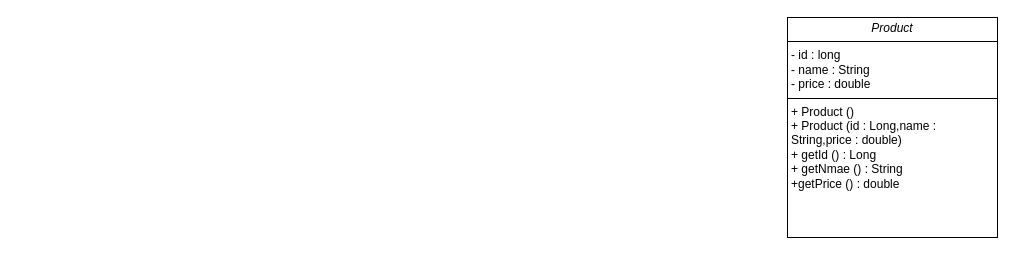
Above: docs/uml/Product.drawio in senuri-k/TUTORIAL1 (draw.io), before the change. Source tidied: cells renumbered, new cells numbered last; positions are measured from the earlier drawing's top-left corner, leaving out a move shared by most shapes. Both pictures are drawn from the tidied source at 100%, with x=0, y=0 at pixel (787, 17).
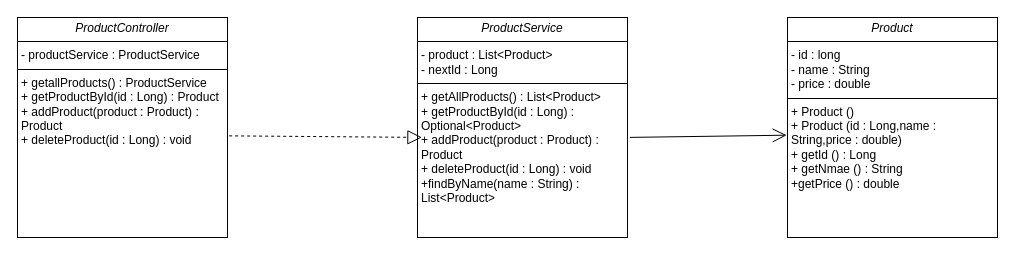
Above is the later version.

Commit message (it also covers changes not shown here):
Tutorial 3: ProductService with List

Diff of the diagram source:
```diff
@@
 <mxGraphModel>
   <root>
     <mxCell id="0" />
     <mxCell id="1" parent="0" />
     <mxCell id="2" value="&lt;p style=&quot;margin:0px;margin-top:4px;text-align:center;&quot;&gt;&lt;i&gt;Product&lt;/i&gt;&lt;/p&gt;&lt;hr size=&quot;1&quot; style=&quot;border-style:solid;&quot;&gt;&lt;p style=&quot;margin:0px;margin-left:4px;&quot;&gt;- id : long&lt;br&gt;- name : String&lt;/p&gt;&lt;p style=&quot;margin:0px;margin-left:4px;&quot;&gt;- price : double&lt;/p&gt;&lt;hr size=&quot;1&quot; style=&quot;border-style:solid;&quot;&gt;&lt;p style=&quot;margin:0px;margin-left:4px;&quot;&gt;+ Product ()&lt;br&gt;+ Product (id : Long,name : String,price : double)&lt;/p&gt;&lt;p style=&quot;margin:0px;margin-left:4px;&quot;&gt;+ getId () : Long&lt;/p&gt;&lt;p style=&quot;margin:0px;margin-left:4px;&quot;&gt;+ getNmae () : String&lt;/p&gt;&lt;p style=&quot;margin:0px;margin-left:4px;&quot;&gt;+getPrice () : double&lt;/p&gt;&lt;p style=&quot;margin:0px;margin-left:4px;&quot;&gt;&lt;br&gt;&lt;/p&gt;" style="verticalAlign=top;align=left;overflow=fill;html=1;whiteSpace=wrap;" parent="1" vertex="1">
       <mxGeometry width="210" height="220" as="geometry" />
     </mxCell>
+    <mxCell id="3" value="&lt;p style=&quot;margin:0px;margin-top:4px;text-align:center;&quot;&gt;&lt;i&gt;ProductService&lt;/i&gt;&lt;/p&gt;&lt;hr size=&quot;1&quot; style=&quot;border-style:solid;&quot;&gt;&lt;p style=&quot;margin:0px;margin-left:4px;&quot;&gt;- product : List&amp;lt;Product&amp;gt;&lt;br&gt;- nextId : Long&lt;/p&gt;&lt;hr size=&quot;1&quot; style=&quot;border-style:solid;&quot;&gt;&lt;p style=&quot;margin:0px;margin-left:4px;&quot;&gt;+ getAllProducts() : List&amp;lt;Product&amp;gt;&lt;br&gt;+ getProductById(id : Long) : Optional&amp;lt;Product&amp;gt;&lt;/p&gt;&lt;p style=&quot;margin:0px;margin-left:4px;&quot;&gt;+ addProduct(product : Product) : Product&lt;/p&gt;&lt;p style=&quot;margin:0px;margin-left:4px;&quot;&gt;+ deleteProduct(id : Long) : void&lt;/p&gt;&lt;p style=&quot;margin:0px;margin-left:4px;&quot;&gt;+findByName(name : String) : List&amp;lt;Product&amp;gt;&lt;/p&gt;&lt;p style=&quot;margin:0px;margin-left:4px;&quot;&gt;&lt;br&gt;&lt;/p&gt;" style="verticalAlign=top;align=left;overflow=fill;html=1;whiteSpace=wrap;" parent="1" vertex="1">
+      <mxGeometry x="-370" width="210" height="220" as="geometry" />
+    </mxCell>
+    <mxCell id="4" value="&lt;p style=&quot;margin:0px;margin-top:4px;text-align:center;&quot;&gt;&lt;i&gt;ProductController&lt;/i&gt;&lt;/p&gt;&lt;hr size=&quot;1&quot; style=&quot;border-style:solid;&quot;&gt;&lt;p style=&quot;margin:0px;margin-left:4px;&quot;&gt;- productService : ProductService&lt;br&gt;&lt;/p&gt;&lt;hr size=&quot;1&quot; style=&quot;border-style:solid;&quot;&gt;&lt;p style=&quot;margin:0px;margin-left:4px;&quot;&gt;+ getallProducts() : ProductService&lt;br&gt;+ getProductById(id : Long) : Product&lt;/p&gt;&lt;p style=&quot;margin:0px;margin-left:4px;&quot;&gt;+ addProduct(product : Product) : Product&lt;/p&gt;&lt;p style=&quot;margin:0px;margin-left:4px;&quot;&gt;+ deleteProduct(id : Long) : void&lt;/p&gt;&lt;p style=&quot;margin:0px;margin-left:4px;&quot;&gt;&lt;br&gt;&lt;/p&gt;&lt;p style=&quot;margin:0px;margin-left:4px;&quot;&gt;&lt;br&gt;&lt;/p&gt;" style="verticalAlign=top;align=left;overflow=fill;html=1;whiteSpace=wrap;" parent="1" vertex="1">
+      <mxGeometry x="-770" width="210" height="220" as="geometry" />
+    </mxCell>
+    <mxCell id="5" style="endArrow=block;dashed=1;endFill=0;endSize=12;html=1;rounded=0;exitX=1.008;exitY=0.538;exitDx=0;exitDy=0;exitPerimeter=0;entryX=0.021;entryY=0.545;entryDx=0;entryDy=0;entryPerimeter=0;" parent="1" edge="1" source="4" target="3">
+      <mxGeometry relative="1" as="geometry" />
+    </mxCell>
+    <mxCell id="6" style="endArrow=open;endFill=1;endSize=12;html=1;rounded=0;entryX=-0.004;entryY=0.535;entryDx=0;entryDy=0;entryPerimeter=0;exitX=1.011;exitY=0.545;exitDx=0;exitDy=0;exitPerimeter=0;" parent="1" edge="1" source="3" target="2">
+      <mxGeometry relative="1" as="geometry" />
+    </mxCell>
   </root>
 </mxGraphModel>
```
